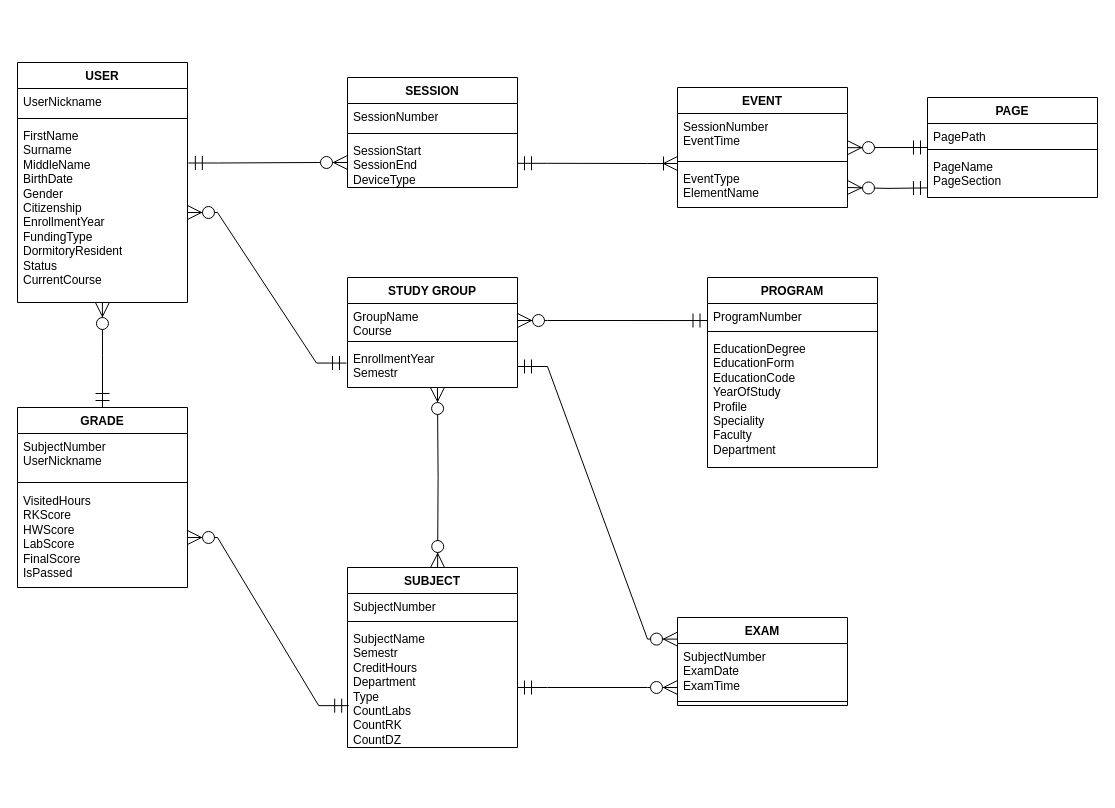
Earlier version of the draw.io diagram er_model.drawio (fedkit/Edu_Analytics_System). Source tidied: cells renumbered, new cells numbered last; positions are measured from the earlier drawing's top-left corner, leaving out a move shared by most shapes. Both pictures are drawn from the tidied source at 100%, with x=0, y=0 at pixel (17, 62).
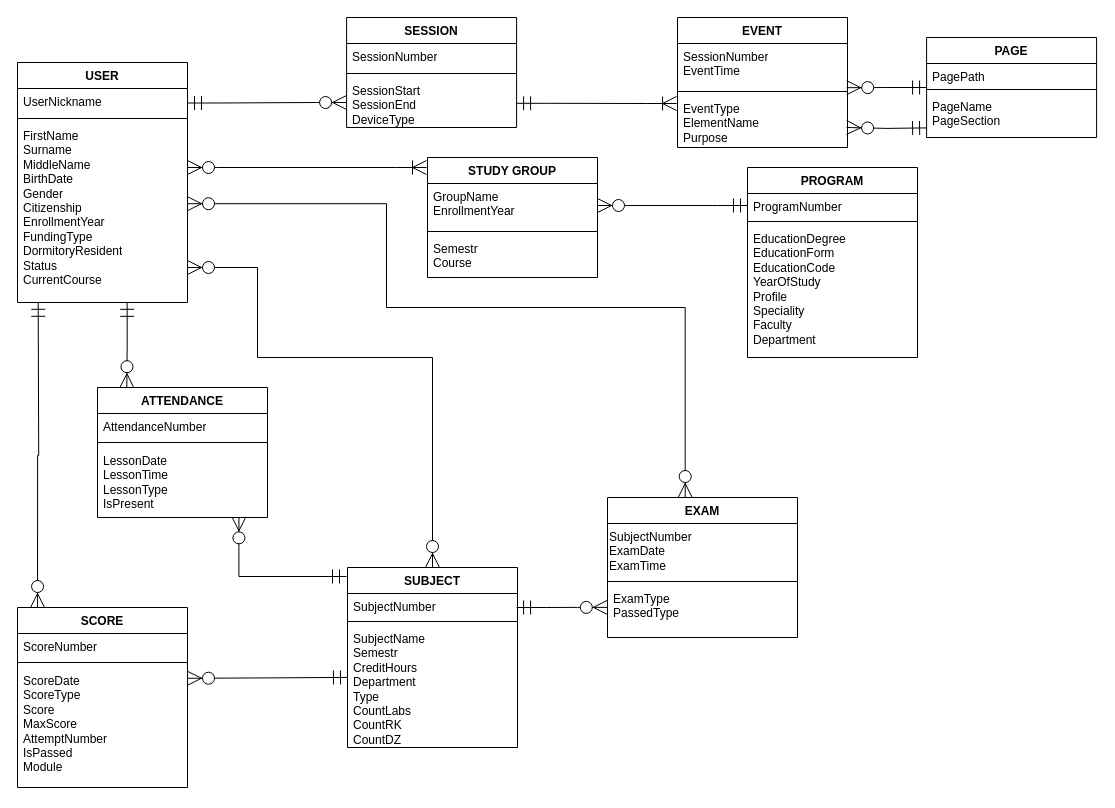
After the change.

Unchanged cells that the change refers to:
```xml
<mxCell id="5" value="&lt;div&gt;FirstName&lt;/div&gt;&lt;div&gt;Surname&lt;/div&gt;&lt;div&gt;MiddleName&lt;/div&gt;&lt;div&gt;BirthDate&lt;/div&gt;&lt;div&gt;Gender&lt;/div&gt;&lt;div&gt;Citizenship&lt;/div&gt;&lt;div&gt;EnrollmentYear&lt;/div&gt;&lt;div&gt;FundingType&lt;/div&gt;&lt;div&gt;DormitoryResident&lt;/div&gt;&lt;div&gt;Status&lt;/div&gt;&lt;div&gt;CurrentCourse&lt;/div&gt;" style="text;strokeColor=none;fillColor=none;align=left;verticalAlign=top;spacingLeft=4;spacingRight=4;overflow=hidden;points=[[0,0.5],[1,0.5]];portConstraint=eastwest;whiteSpace=wrap;html=1;" parent="2" vertex="1">
  <mxGeometry y="60" width="170" height="180" as="geometry" />
</mxCell>
<mxCell id="9" value="SessionStart&lt;div&gt;SessionEnd&lt;/div&gt;&lt;div&gt;DeviceType&lt;/div&gt;&lt;div&gt;&lt;div&gt;&lt;br&gt;&lt;/div&gt;&lt;/div&gt;" style="text;strokeColor=none;fillColor=none;align=left;verticalAlign=top;spacingLeft=4;spacingRight=4;overflow=hidden;points=[[0,0.5],[1,0.5]];portConstraint=eastwest;whiteSpace=wrap;html=1;" parent="6" vertex="1">
  <mxGeometry y="60" width="170" height="50" as="geometry" />
</mxCell>
<mxCell id="25" value="SUBJECT" style="swimlane;fontStyle=1;align=center;verticalAlign=top;horizontal=1;startSize=26;whiteSpace=wrap;html=1;" parent="1" vertex="1">
  <mxGeometry x="330" y="505" width="170" height="180" as="geometry" />
</mxCell>
<mxCell id="28" value="&lt;div&gt;SubjectName&lt;/div&gt;&lt;div&gt;Semestr&lt;/div&gt;&lt;div&gt;CreditHours&lt;/div&gt;&lt;div&gt;&lt;span style=&quot;white-space-collapse: preserve;&quot;&gt;Department&lt;/span&gt;&lt;/div&gt;&lt;div&gt;&lt;span style=&quot;white-space-collapse: preserve;&quot;&gt;Type&lt;/span&gt;&lt;/div&gt;&lt;div&gt;&lt;span style=&quot;white-space-collapse: preserve;&quot;&gt;CountLabs&lt;/span&gt;&lt;/div&gt;&lt;div&gt;&lt;span style=&quot;white-space-collapse: preserve;&quot;&gt;CountRK&lt;/span&gt;&lt;/div&gt;&lt;div&gt;&lt;span style=&quot;white-space-collapse: preserve;&quot;&gt;CountDZ&lt;/span&gt;&lt;/div&gt;" style="text;strokeColor=none;fillColor=none;align=left;verticalAlign=top;spacingLeft=4;spacingRight=4;overflow=hidden;points=[[0,0.5],[1,0.5]];portConstraint=eastwest;whiteSpace=wrap;html=1;" parent="25" vertex="1">
  <mxGeometry y="58" width="170" height="122" as="geometry" />
</mxCell>
<mxCell id="44" value="ProgramNumber" style="text;strokeColor=none;fillColor=none;align=left;verticalAlign=top;spacingLeft=4;spacingRight=4;overflow=hidden;points=[[0,0.5],[1,0.5]];portConstraint=eastwest;whiteSpace=wrap;html=1;" parent="43" vertex="1">
  <mxGeometry y="26" width="170" height="24" as="geometry" />
</mxCell>
```

The edit, as a diff of the source:
```diff
@@
     <mxCell id="6" value="SESSION" style="swimlane;fontStyle=1;align=center;verticalAlign=top;horizontal=1;startSize=26;whiteSpace=wrap;html=1;" parent="1" vertex="1">
-      <mxGeometry x="330" y="15" width="170" height="110" as="geometry" />
+      <mxGeometry x="329.1" y="-45" width="170" height="110" as="geometry" />
     </mxCell>
@@
     <mxCell id="10" value="EVENT" style="swimlane;fontStyle=1;align=center;verticalAlign=top;horizontal=1;startSize=26;whiteSpace=wrap;html=1;" parent="1" vertex="1">
-      <mxGeometry x="660" y="25" width="170" height="120" as="geometry" />
+      <mxGeometry x="660" y="-45" width="170" height="130" as="geometry" />
     </mxCell>
@@
-    <mxCell id="13" value="&lt;div&gt;&lt;span style=&quot;background-color: transparent; color: light-dark(rgb(0, 0, 0), rgb(255, 255, 255));&quot;&gt;EventType&lt;/span&gt;&lt;/div&gt;&lt;div&gt;ElementName&lt;/div&gt;&lt;div&gt;&lt;br&gt;&lt;/div&gt;&lt;div&gt;&lt;br&gt;&lt;/div&gt;" style="text;strokeColor=none;fillColor=none;align=left;verticalAlign=top;spacingLeft=4;spacingRight=4;overflow=hidden;whiteSpace=wrap;html=1;" parent="10" vertex="1">
-      <mxGeometry y="78" width="170" height="42" as="geometry" />
+    <mxCell id="13" value="&lt;div&gt;&lt;span style=&quot;background-color: transparent; color: light-dark(rgb(0, 0, 0), rgb(255, 255, 255));&quot;&gt;EventType&lt;/span&gt;&lt;/div&gt;&lt;div&gt;ElementName&lt;/div&gt;&lt;div&gt;Purpose&lt;/div&gt;&lt;div&gt;&lt;br&gt;&lt;/div&gt;" style="text;strokeColor=none;fillColor=none;align=left;verticalAlign=top;spacingLeft=4;spacingRight=4;overflow=hidden;whiteSpace=wrap;html=1;" parent="10" vertex="1">
+      <mxGeometry y="78" width="170" height="52" as="geometry" />
     </mxCell>
     <mxCell id="14" value="PAGE" style="swimlane;fontStyle=1;align=center;verticalAlign=top;horizontal=1;startSize=26;whiteSpace=wrap;html=1;" parent="1" vertex="1">
-      <mxGeometry x="910" y="35" width="170" height="100" as="geometry" />
+      <mxGeometry x="909.1" y="-25" width="170" height="100" as="geometry" />
     </mxCell>
@@
     <mxCell id="18" value="STUDY GROUP" style="swimlane;fontStyle=1;align=center;verticalAlign=top;horizontal=1;startSize=26;whiteSpace=wrap;html=1;" parent="1" vertex="1">
-      <mxGeometry x="330" y="215" width="170" height="110" as="geometry" />
+      <mxGeometry x="410" y="95" width="170" height="120" as="geometry" />
     </mxCell>
-    <mxCell id="19" value="GroupName&lt;div&gt;&lt;div&gt;Course&lt;/div&gt;&lt;/div&gt;" style="text;strokeColor=none;fillColor=none;align=left;verticalAlign=top;spacingLeft=4;spacingRight=4;overflow=hidden;points=[[0,0.5],[1,0.5]];portConstraint=eastwest;whiteSpace=wrap;html=1;" parent="18" vertex="1">
-      <mxGeometry y="26" width="170" height="34" as="geometry" />
+    <mxCell id="19" value="GroupName&lt;div&gt;&lt;div&gt;EnrollmentYear&lt;/div&gt;&lt;/div&gt;&lt;div&gt;&lt;br&gt;&lt;/div&gt;" style="text;strokeColor=none;fillColor=none;align=left;verticalAlign=top;spacingLeft=4;spacingRight=4;overflow=hidden;points=[[0,0.5],[1,0.5]];portConstraint=eastwest;whiteSpace=wrap;html=1;" parent="18" vertex="1">
+      <mxGeometry y="26" width="170" height="44" as="geometry" />
     </mxCell>
     <mxCell id="20" style="line;strokeWidth=1;fillColor=none;align=left;verticalAlign=middle;spacingTop=-1;spacingLeft=3;spacingRight=3;labelPosition=right;strokeColor=inherit;" parent="18" vertex="1">
-      <mxGeometry y="60" width="170" height="8" as="geometry" />
+      <mxGeometry y="70" width="170" height="8" as="geometry" />
     </mxCell>
-    <mxCell id="21" value="&lt;div&gt;&lt;div&gt;&lt;div&gt;EnrollmentYear&lt;/div&gt;&lt;div&gt;Semestr&lt;/div&gt;&lt;/div&gt;&lt;/div&gt;" style="text;strokeColor=none;fillColor=none;align=left;verticalAlign=top;spacingLeft=4;spacingRight=4;overflow=hidden;points=[[0,0.5],[1,0.5]];portConstraint=eastwest;whiteSpace=wrap;html=1;" parent="18" vertex="1">
-      <mxGeometry y="68" width="170" height="42" as="geometry" />
+    <mxCell id="21" value="&lt;div&gt;&lt;span style=&quot;background-color: transparent; color: light-dark(rgb(0, 0, 0), rgb(255, 255, 255));&quot;&gt;Semestr&lt;/span&gt;&lt;/div&gt;&lt;div&gt;Course&lt;span style=&quot;background-color: transparent; color: light-dark(rgb(0, 0, 0), rgb(255, 255, 255));&quot;&gt;&lt;/span&gt;&lt;/div&gt;" style="text;strokeColor=none;fillColor=none;align=left;verticalAlign=top;spacingLeft=4;spacingRight=4;overflow=hidden;points=[[0,0.5],[1,0.5]];portConstraint=eastwest;whiteSpace=wrap;html=1;" parent="18" vertex="1">
+      <mxGeometry y="78" width="170" height="42" as="geometry" />
     </mxCell>
-    <mxCell id="22" value="EXAM" style="swimlane;fontStyle=1;align=center;verticalAlign=top;horizontal=1;startSize=26;whiteSpace=wrap;html=1;" parent="1" vertex="1">
-      <mxGeometry x="660" y="555" width="170" height="88" as="geometry" />
-    </mxCell>
-    <mxCell id="23" value="&lt;div&gt;SubjectNumber&lt;/div&gt;ExamDate&lt;div&gt;ExamTime&lt;/div&gt;" style="text;strokeColor=none;fillColor=none;align=left;verticalAlign=top;spacingLeft=4;spacingRight=4;overflow=hidden;whiteSpace=wrap;html=1;" parent="22" vertex="1">
-      <mxGeometry y="26" width="170" height="54" as="geometry" />
-    </mxCell>
-    <mxCell id="24" style="line;strokeWidth=1;fillColor=none;align=left;verticalAlign=middle;spacingTop=-1;spacingLeft=3;spacingRight=3;labelPosition=right;strokeColor=inherit;" parent="22" vertex="1">
-      <mxGeometry y="80" width="170" height="8" as="geometry" />
-    </mxCell>
@@
-    <mxCell id="29" value="GRADE" style="swimlane;fontStyle=1;align=center;verticalAlign=top;horizontal=1;startSize=26;whiteSpace=wrap;html=1;" parent="1" vertex="1">
-      <mxGeometry y="345" width="170" height="180" as="geometry" />
+    <mxCell id="29" value="ATTENDANCE" style="swimlane;fontStyle=1;align=center;verticalAlign=top;horizontal=1;startSize=26;whiteSpace=wrap;html=1;" parent="1" vertex="1">
+      <mxGeometry x="80" y="325" width="170" height="130" as="geometry" />
     </mxCell>
-    <mxCell id="30" value="&lt;div&gt;SubjectNumber&lt;/div&gt;&lt;div&gt;&lt;span style=&quot;background-color: transparent; color: light-dark(rgb(0, 0, 0), rgb(255, 255, 255));&quot;&gt;UserNickname&lt;/span&gt;&lt;/div&gt;&lt;div&gt;&lt;br&gt;&lt;/div&gt;" style="text;strokeColor=none;fillColor=none;align=left;verticalAlign=top;spacingLeft=4;spacingRight=4;overflow=hidden;whiteSpace=wrap;html=1;" parent="29" vertex="1">
-      <mxGeometry y="26" width="170" height="44" as="geometry" />
+    <mxCell id="30" value="AttendanceNumber" style="text;strokeColor=none;fillColor=none;align=left;verticalAlign=top;spacingLeft=4;spacingRight=4;overflow=hidden;whiteSpace=wrap;html=1;" parent="29" vertex="1">
+      <mxGeometry y="26" width="170" height="24" as="geometry" />
     </mxCell>
     <mxCell id="31" style="line;strokeWidth=1;fillColor=none;align=left;verticalAlign=middle;spacingTop=-1;spacingLeft=3;spacingRight=3;labelPosition=right;strokeColor=inherit;" parent="29" vertex="1">
-      <mxGeometry y="70" width="170" height="10" as="geometry" />
+      <mxGeometry y="50" width="170" height="10" as="geometry" />
     </mxCell>
-    <mxCell id="32" value="&lt;div&gt;VisitedHours&lt;/div&gt;&lt;div&gt;RKScore&lt;/div&gt;&lt;div&gt;HWScore&lt;/div&gt;&lt;div&gt;LabScore&lt;/div&gt;&lt;div&gt;FinalScore&lt;/div&gt;&lt;div&gt;IsPassed&lt;/div&gt;&lt;div&gt;&lt;br&gt;&lt;/div&gt;" style="text;strokeColor=none;fillColor=none;align=left;verticalAlign=top;spacingLeft=4;spacingRight=4;overflow=hidden;points=[[0,0.5],[1,0.5]];portConstraint=eastwest;whiteSpace=wrap;html=1;" parent="29" vertex="1">
-      <mxGeometry y="80" width="170" height="100" as="geometry" />
+    <mxCell id="32" value="&lt;div&gt;LessonDate&lt;/div&gt;&lt;div&gt;LessonTime&lt;/div&gt;&lt;div&gt;LessonType&lt;/div&gt;&lt;div&gt;IsPresent&lt;/div&gt;" style="text;strokeColor=none;fillColor=none;align=left;verticalAlign=top;spacingLeft=4;spacingRight=4;overflow=hidden;points=[[0,0.5],[1,0.5]];portConstraint=eastwest;whiteSpace=wrap;html=1;" parent="29" vertex="1">
+      <mxGeometry y="60" width="170" height="70" as="geometry" />
     </mxCell>
-    <mxCell id="33" style="edgeStyle=entityRelationEdgeStyle;fontSize=12;html=1;endArrow=ERzeroToMany;startArrow=ERmandOne;rounded=0;entryX=0;entryY=0.5;entryDx=0;entryDy=0;spacingTop=2;labelPosition=center;verticalLabelPosition=top;align=center;verticalAlign=bottom;startSize=12;endSize=12;exitX=1.005;exitY=0.225;exitDx=0;exitDy=0;exitPerimeter=0;" parent="1" edge="1" source="5" target="9">
-      <mxGeometry relative="1" as="geometry" />
+    <mxCell id="33" style="edgeStyle=entityRelationEdgeStyle;fontSize=12;html=1;endArrow=ERzeroToMany;startArrow=ERmandOne;rounded=0;entryX=0;entryY=0.5;entryDx=0;entryDy=0;spacingTop=2;labelPosition=center;verticalLabelPosition=top;align=center;verticalAlign=bottom;startSize=12;endSize=12;exitX=1.005;exitY=0.225;exitDx=0;exitDy=0;exitPerimeter=0;" parent="1" edge="1" target="9">
+      <mxGeometry relative="1" as="geometry">
+        <mxPoint x="170" y="40.5" as="sourcePoint" />
+      </mxGeometry>
     </mxCell>
     <mxCell id="34" style="edgeStyle=orthogonalEdgeStyle;fontSize=12;html=1;endArrow=ERzeroToMany;startArrow=ERmandOne;rounded=0;entryX=1.012;entryY=0.851;entryDx=0;entryDy=0;startSize=12;endSize=12;entryPerimeter=0;sourcePerimeterSpacing=12;exitX=0;exitY=0.5;exitDx=0;exitDy=0;" parent="1" edge="1" source="14">
       <mxGeometry relative="1" as="geometry">
-        <mxPoint x="830" y="85.2" as="targetPoint" />
+        <mxPoint x="829.2" y="25.2" as="targetPoint" />
       </mxGeometry>
     </mxCell>
-    <mxCell id="35" style="edgeStyle=orthogonalEdgeStyle;fontSize=12;html=1;endArrow=ERzeroToMany;startArrow=ERmandOne;rounded=0;startSize=12;endSize=12;exitX=0.5;exitY=0;exitDx=0;exitDy=0;sourcePerimeterSpacing=12;" parent="1" edge="1" source="29">
+    <mxCell id="35" style="edgeStyle=orthogonalEdgeStyle;fontSize=12;html=1;endArrow=ERzeroToMany;startArrow=ERmandOne;rounded=0;startSize=12;endSize=12;sourcePerimeterSpacing=12;exitX=0.645;exitY=0.999;exitDx=0;exitDy=0;exitPerimeter=0;entryX=0.406;entryY=0;entryDx=0;entryDy=0;entryPerimeter=0;" parent="1" edge="1" source="5">
       <mxGeometry relative="1" as="geometry">
-        <mxPoint x="84.9" y="240" as="targetPoint" />
+        <mxPoint x="109.3" y="325.2" as="targetPoint" />
       </mxGeometry>
     </mxCell>
     <mxCell id="36" style="edgeStyle=entityRelationEdgeStyle;fontSize=12;html=1;endArrow=ERoneToMany;startArrow=ERmandOne;rounded=0;startSize=12;endSize=12;exitX=1;exitY=0.5;exitDx=0;exitDy=0;" parent="1" edge="1">
       <mxGeometry relative="1" as="geometry">
-        <mxPoint x="500" y="100.8" as="sourcePoint" />
-        <mxPoint x="660" y="101" as="targetPoint" />
+        <mxPoint x="499.1" y="40.8" as="sourcePoint" />
+        <mxPoint x="659.1" y="41" as="targetPoint" />
       </mxGeometry>
     </mxCell>
-    <mxCell id="37" style="edgeStyle=entityRelationEdgeStyle;fontSize=12;html=1;endArrow=ERzeroToMany;startArrow=ERmandOne;rounded=0;spacingTop=2;labelPosition=center;verticalLabelPosition=top;align=center;verticalAlign=bottom;startSize=12;endSize=12;exitX=-0.006;exitY=0.418;exitDx=0;exitDy=0;exitPerimeter=0;" parent="1" edge="1" source="21" target="5">
-      <mxGeometry relative="1" as="geometry" />
-    </mxCell>
-    <mxCell id="38" style="edgeStyle=entityRelationEdgeStyle;fontSize=12;html=1;endArrow=ERzeroToMany;startArrow=ERmandOne;rounded=0;spacingTop=2;labelPosition=center;verticalLabelPosition=top;align=center;verticalAlign=bottom;startSize=12;endSize=12;exitX=1;exitY=0.5;exitDx=0;exitDy=0;entryX=-0.018;entryY=0.667;entryDx=0;entryDy=0;entryPerimeter=0;targetPerimeterSpacing=0;sourcePerimeterSpacing=8;" parent="1" edge="1" source="21">
-      <mxGeometry relative="1" as="geometry">
-        <mxPoint x="660" y="576.6" as="targetPoint" />
-      </mxGeometry>
-    </mxCell>
-    <mxCell id="39" style="edgeStyle=orthogonalEdgeStyle;fontSize=12;html=1;endArrow=ERzeroToMany;endFill=1;startArrow=ERzeroToMany;rounded=0;exitX=0.53;exitY=-0.007;exitDx=0;exitDy=0;exitPerimeter=0;startSize=12;endSize=12;entryX=0.529;entryY=1;entryDx=0;entryDy=0;entryPerimeter=0;" parent="1" edge="1" target="21">
+    <mxCell id="39" style="edgeStyle=orthogonalEdgeStyle;fontSize=12;html=1;endArrow=ERzeroToMany;endFill=1;startArrow=ERzeroToMany;rounded=0;exitX=0.5;exitY=0;exitDx=0;exitDy=0;startSize=12;endSize=12;" parent="1" edge="1" source="25">
       <mxGeometry relative="1" as="geometry">
-        <mxPoint x="420.1" y="505" as="sourcePoint" />
+        <mxPoint x="170" y="205" as="targetPoint" />
+        <Array as="points">
+          <mxPoint x="415" y="295" />
+          <mxPoint x="240" y="295" />
+          <mxPoint x="240" y="205" />
+        </Array>
       </mxGeometry>
     </mxCell>
-    <mxCell id="40" style="edgeStyle=entityRelationEdgeStyle;fontSize=12;html=1;endArrow=ERzeroToMany;startArrow=ERmandOne;rounded=0;entryX=0;entryY=0.5;entryDx=0;entryDy=0;spacingTop=2;labelPosition=center;verticalLabelPosition=top;align=center;verticalAlign=bottom;startSize=12;endSize=12;" parent="1" edge="1">
+    <mxCell id="40" style="edgeStyle=entityRelationEdgeStyle;fontSize=12;html=1;endArrow=ERzeroToMany;startArrow=ERmandOne;rounded=0;entryX=-0.001;entryY=0.421;entryDx=0;entryDy=0;spacingTop=2;labelPosition=center;verticalLabelPosition=top;align=center;verticalAlign=bottom;startSize=12;endSize=12;entryPerimeter=0;" parent="1" edge="1" target="49">
       <mxGeometry relative="1" as="geometry">
-        <mxPoint x="500" y="625" as="sourcePoint" />
-        <mxPoint x="660" y="625" as="targetPoint" />
+        <mxPoint x="499.1" y="545" as="sourcePoint" />
       </mxGeometry>
     </mxCell>
-    <mxCell id="41" style="edgeStyle=entityRelationEdgeStyle;fontSize=12;html=1;endArrow=ERzeroToMany;startArrow=ERmandOne;rounded=0;spacingTop=2;labelPosition=center;verticalLabelPosition=top;align=center;verticalAlign=bottom;startSize=12;endSize=12;entryX=1;entryY=0.5;entryDx=0;entryDy=0;exitX=0.007;exitY=0.657;exitDx=0;exitDy=0;exitPerimeter=0;" parent="1" edge="1" source="28" target="32">
+    <mxCell id="41" style="edgeStyle=orthogonalEdgeStyle;fontSize=12;html=1;endArrow=ERzeroToMany;startArrow=ERmandOne;rounded=0;spacingTop=2;labelPosition=center;verticalLabelPosition=top;align=center;verticalAlign=bottom;startSize=12;endSize=12;exitX=-0.006;exitY=0.05;exitDx=0;exitDy=0;exitPerimeter=0;entryX=0.832;entryY=0.991;entryDx=0;entryDy=0;entryPerimeter=0;" parent="1" edge="1" source="25" target="32">
       <mxGeometry relative="1" as="geometry" />
     </mxCell>
     <mxCell id="42" style="edgeStyle=orthogonalEdgeStyle;fontSize=12;html=1;endArrow=ERzeroToMany;startArrow=ERmandOne;rounded=0;startSize=12;endSize=12;sourcePerimeterSpacing=12;exitX=-0.004;exitY=0.533;exitDx=0;exitDy=0;exitPerimeter=0;" parent="1" edge="1">
       <mxGeometry relative="1" as="geometry">
-        <mxPoint x="910" y="125.4" as="sourcePoint" />
-        <mxPoint x="830" y="125" as="targetPoint" />
+        <mxPoint x="909.1" y="65.4" as="sourcePoint" />
+        <mxPoint x="829.1" y="65" as="targetPoint" />
       </mxGeometry>
     </mxCell>
     <mxCell id="43" value="PROGRAM" style="swimlane;fontStyle=1;align=center;verticalAlign=top;horizontal=1;startSize=26;whiteSpace=wrap;html=1;" parent="1" vertex="1">
-      <mxGeometry x="690" y="215" width="170" height="190" as="geometry" />
+      <mxGeometry x="730" y="105" width="170" height="190" as="geometry" />
     </mxCell>
@@
-    <mxCell id="47" style="edgeStyle=entityRelationEdgeStyle;fontSize=12;html=1;endArrow=ERzeroToMany;startArrow=ERmandOne;rounded=0;spacingTop=2;labelPosition=center;verticalLabelPosition=top;align=center;verticalAlign=bottom;startSize=12;endSize=12;entryX=1;entryY=0.5;entryDx=0;entryDy=0;targetPerimeterSpacing=0;sourcePerimeterSpacing=8;exitX=-0.003;exitY=0.71;exitDx=0;exitDy=0;exitPerimeter=0;" parent="1" edge="1" source="44" target="19">
+    <mxCell id="47" style="edgeStyle=entityRelationEdgeStyle;fontSize=12;html=1;endArrow=ERzeroToMany;startArrow=ERmandOne;rounded=0;spacingTop=2;labelPosition=center;verticalLabelPosition=top;align=center;verticalAlign=bottom;startSize=12;endSize=12;entryX=1;entryY=0.5;entryDx=0;entryDy=0;targetPerimeterSpacing=0;sourcePerimeterSpacing=8;exitX=0;exitY=0.5;exitDx=0;exitDy=0;" parent="1" edge="1" source="44" target="19">
       <mxGeometry relative="1" as="geometry" />
     </mxCell>
+    <mxCell id="22" value="EXAM" style="swimlane;fontStyle=1;align=center;verticalAlign=top;horizontal=1;startSize=26;whiteSpace=wrap;html=1;" parent="1" vertex="1">
+      <mxGeometry x="590" y="435" width="190" height="140" as="geometry" />
+    </mxCell>
+    <mxCell id="23" value="SubjectNumber&lt;div&gt;ExamDate&lt;/div&gt;&lt;div&gt;ExamTime&lt;/div&gt;" style="text;whiteSpace=wrap;html=1;" parent="22" vertex="1">
+      <mxGeometry y="26" width="190" height="54" as="geometry" />
+    </mxCell>
+    <mxCell id="48" style="line;strokeWidth=1;fillColor=none;align=left;verticalAlign=middle;spacingTop=-1;spacingLeft=3;spacingRight=3;labelPosition=right;strokeColor=inherit;" parent="22" vertex="1">
+      <mxGeometry y="80" width="190" height="8" as="geometry" />
+    </mxCell>
+    <mxCell id="49" value="ExamType&lt;div&gt;PassedType&lt;/div&gt;" style="text;strokeColor=none;fillColor=none;align=left;verticalAlign=top;spacingLeft=4;spacingRight=4;overflow=hidden;points=[[0,0.5],[1,0.5]];portConstraint=eastwest;whiteSpace=wrap;html=1;" parent="22" vertex="1">
+      <mxGeometry y="88" width="190" height="52" as="geometry" />
+    </mxCell>
+    <mxCell id="50" style="edgeStyle=entityRelationEdgeStyle;fontSize=12;html=1;endArrow=ERoneToMany;startArrow=ERzeroToMany;rounded=0;startSize=12;endSize=12;" parent="1" edge="1">
+      <mxGeometry relative="1" as="geometry">
+        <mxPoint x="170" y="105" as="sourcePoint" />
+        <mxPoint x="409" y="105" as="targetPoint" />
+      </mxGeometry>
+    </mxCell>
+    <mxCell id="51" style="edgeStyle=orthogonalEdgeStyle;fontSize=12;html=1;endArrow=ERzeroToMany;endFill=1;startArrow=ERzeroToMany;rounded=0;exitX=0.409;exitY=0.027;exitDx=0;exitDy=0;startSize=12;endSize=12;exitPerimeter=0;" parent="1" edge="1">
+      <mxGeometry relative="1" as="geometry">
+        <mxPoint x="667.7" y="435" as="sourcePoint" />
+        <mxPoint x="170" y="141.2" as="targetPoint" />
+        <Array as="points">
+          <mxPoint x="668" y="245" />
+          <mxPoint x="369" y="245" />
+          <mxPoint x="369" y="141" />
+        </Array>
+      </mxGeometry>
+    </mxCell>
+    <mxCell id="52" value="SCORE" style="swimlane;fontStyle=1;align=center;verticalAlign=top;horizontal=1;startSize=26;whiteSpace=wrap;html=1;" parent="1" vertex="1">
+      <mxGeometry y="545" width="170" height="180" as="geometry" />
+    </mxCell>
+    <mxCell id="53" value="ScoreNumber" style="text;strokeColor=none;fillColor=none;align=left;verticalAlign=top;spacingLeft=4;spacingRight=4;overflow=hidden;whiteSpace=wrap;html=1;" parent="52" vertex="1">
+      <mxGeometry y="26" width="170" height="24" as="geometry" />
+    </mxCell>
+    <mxCell id="54" style="line;strokeWidth=1;fillColor=none;align=left;verticalAlign=middle;spacingTop=-1;spacingLeft=3;spacingRight=3;labelPosition=right;strokeColor=inherit;" parent="52" vertex="1">
+      <mxGeometry y="50" width="170" height="10" as="geometry" />
+    </mxCell>
+    <mxCell id="55" value="&lt;div&gt;&lt;span style=&quot;background-color: transparent; color: light-dark(rgb(0, 0, 0), rgb(255, 255, 255));&quot;&gt;ScoreDate&lt;/span&gt;&lt;/div&gt;&lt;div&gt;ScoreType&lt;/div&gt;&lt;div&gt;Score&lt;/div&gt;&lt;div&gt;MaxScore&lt;/div&gt;&lt;div&gt;AttemptNumber&lt;/div&gt;&lt;div&gt;IsPassed&lt;/div&gt;&lt;div&gt;Module&lt;/div&gt;" style="text;strokeColor=none;fillColor=none;align=left;verticalAlign=top;spacingLeft=4;spacingRight=4;overflow=hidden;points=[[0,0.5],[1,0.5]];portConstraint=eastwest;whiteSpace=wrap;html=1;" parent="52" vertex="1">
+      <mxGeometry y="60" width="170" height="120" as="geometry" />
+    </mxCell>
+    <mxCell id="56" style="edgeStyle=orthogonalEdgeStyle;fontSize=12;html=1;endArrow=ERzeroToMany;startArrow=ERmandOne;rounded=0;startSize=12;endSize=12;sourcePerimeterSpacing=12;exitX=0.645;exitY=0.999;exitDx=0;exitDy=0;exitPerimeter=0;entryX=0.118;entryY=0;entryDx=0;entryDy=0;entryPerimeter=0;" parent="1" edge="1" target="52">
+      <mxGeometry relative="1" as="geometry">
+        <mxPoint x="20.7" y="239.8" as="sourcePoint" />
+      </mxGeometry>
+    </mxCell>
+    <mxCell id="57" style="edgeStyle=orthogonalEdgeStyle;fontSize=12;html=1;endArrow=ERzeroToMany;startArrow=ERmandOne;rounded=0;startSize=12;endSize=12;sourcePerimeterSpacing=12;exitX=-0.006;exitY=0.37;exitDx=0;exitDy=0;exitPerimeter=0;entryX=1;entryY=0.09;entryDx=0;entryDy=0;entryPerimeter=0;" parent="1" edge="1" target="55">
+      <mxGeometry relative="1" as="geometry">
+        <mxPoint x="330" y="614.9" as="sourcePoint" />
+      </mxGeometry>
+    </mxCell>
```
